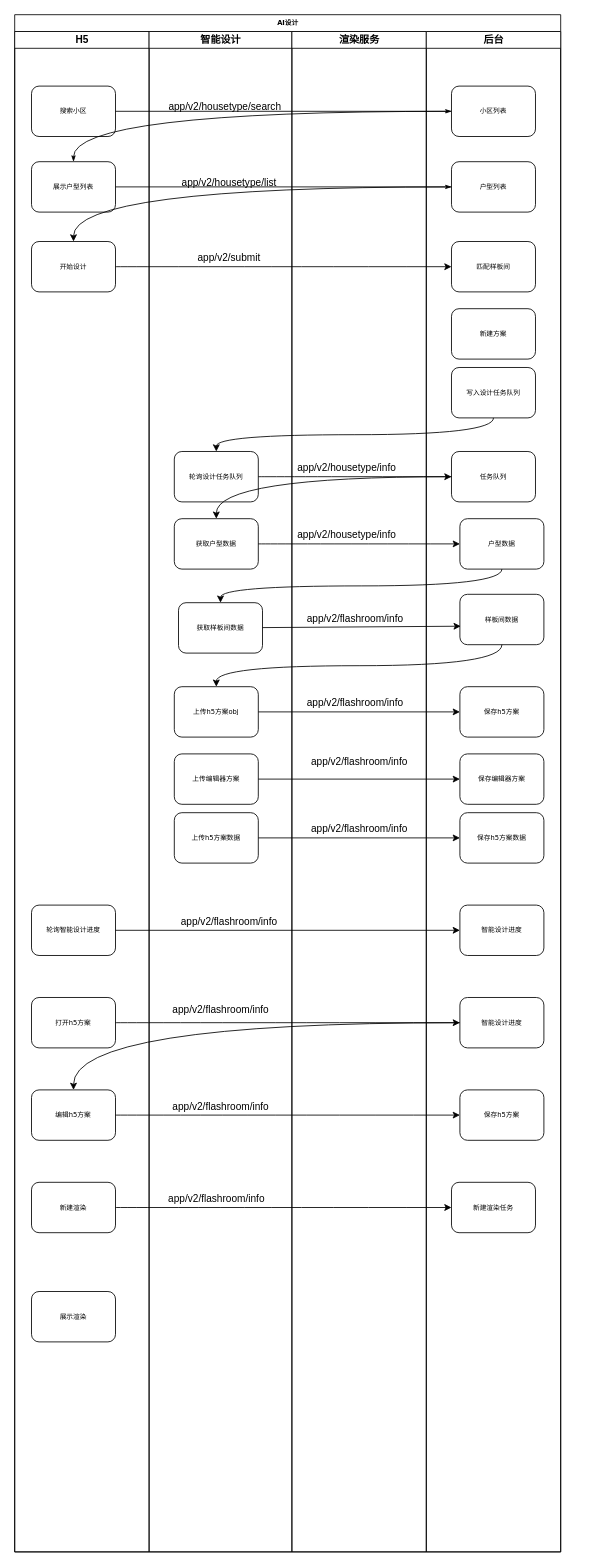
Above: 时序图.drawio in fanguandeng/fan (draw.io), before the change. Source tidied: cells renumbered, new cells numbered last; positions are measured from the earlier drawing's top-left corner, leaving out a move shared by most shapes. Both pictures are drawn from the tidied source at 84%, with x=0, y=0 at pixel (14, 14).
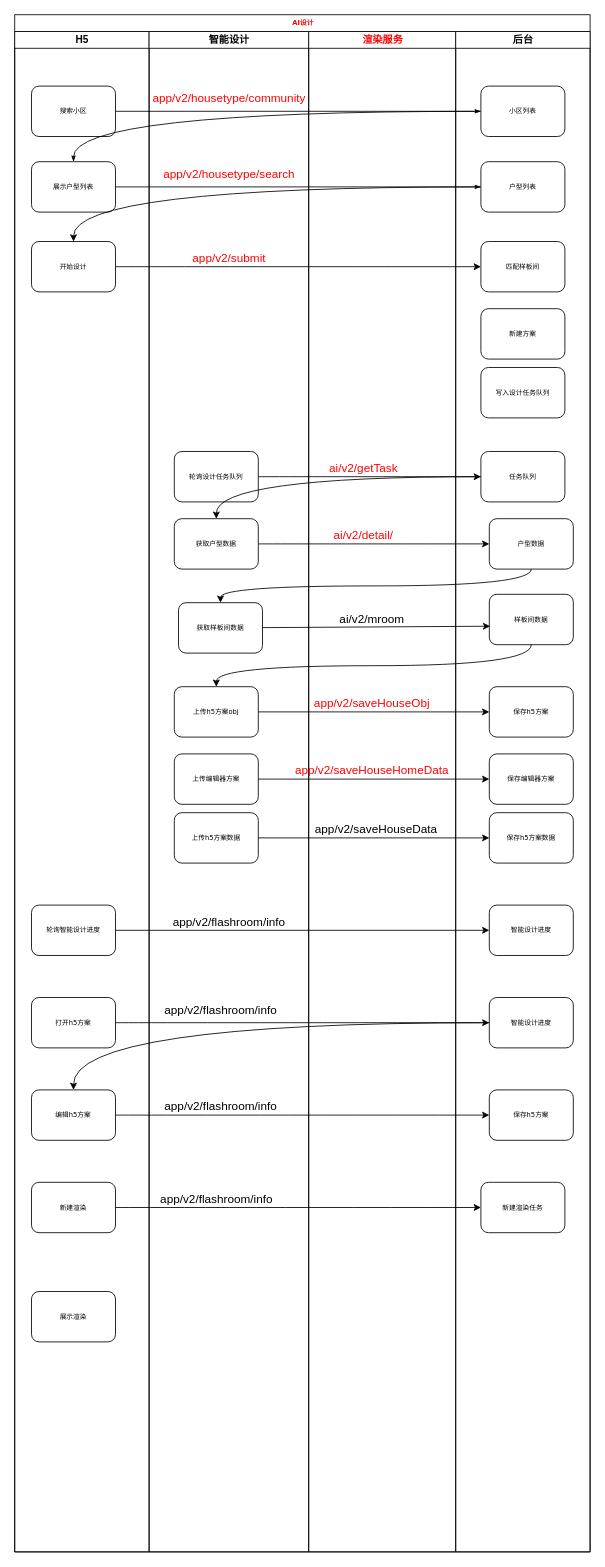
Above is the later version.

Commit message (it also covers changes not shown here):
更新时序图.drawio

The change refers to these unchanged cells:
```xml
<mxCell id="18" value="轮询设计任务队列" style="rounded=1;whiteSpace=wrap;html=1;shadow=0;labelBackgroundColor=none;strokeWidth=1;fontFamily=Verdana;fontSize=8;align=center;" parent="15" vertex="1">
  <mxGeometry x="30" y="500" width="100" height="60" as="geometry" />
</mxCell>
<mxCell id="41" value="写入设计任务队列" style="rounded=1;whiteSpace=wrap;html=1;shadow=0;labelBackgroundColor=none;strokeWidth=1;fontFamily=Verdana;fontSize=8;align=center;" parent="36" vertex="1">
  <mxGeometry x="30" y="400" width="100" height="60" as="geometry" />
</mxCell>
```

The edit, as a diff of the source:
```diff
@@
-    <mxCell id="2" value="AI设计" style="swimlane;html=1;startSize=20;rounded=0;shadow=0;labelBackgroundColor=none;strokeWidth=1;fontFamily=Verdana;fontSize=8;align=center;" parent="1" vertex="1">
-      <mxGeometry width="650" height="1830" as="geometry" />
+    <mxCell id="2" value="AI设计" style="swimlane;html=1;startSize=20;rounded=0;shadow=0;labelBackgroundColor=none;strokeWidth=1;fontFamily=Verdana;fontSize=8;align=center;fontColor=#FF0000;" parent="1" vertex="1">
+      <mxGeometry width="685" height="1830" as="geometry" />
     </mxCell>
@@
     <mxCell id="15" value="智能设计" style="swimlane;html=1;startSize=20;" parent="2" vertex="1">
-      <mxGeometry x="160" y="20" width="170" height="1810" as="geometry" />
+      <mxGeometry x="160" y="20" width="190" height="1810" as="geometry" />
     </mxCell>
-    <mxCell id="16" value="app/v2/housetype/search" style="text;html=1;align=center;verticalAlign=middle;strokeColor=none;fillColor=none;" parent="15" vertex="1">
-      <mxGeometry x="15" y="80" width="150" height="20" as="geometry" />
+    <mxCell id="16" value="app/v2/housetype/community" style="text;html=1;align=center;verticalAlign=middle;strokeColor=none;fillColor=none;fontColor=#FF0000;fontSize=14;" parent="15" vertex="1">
+      <mxGeometry x="-5" y="70" width="200" height="20" as="geometry" />
     </mxCell>
-    <mxCell id="17" value="app/v2/housetype/list&lt;br&gt;" style="text;html=1;align=center;verticalAlign=middle;strokeColor=none;fillColor=none;" parent="15" vertex="1">
-      <mxGeometry x="30" y="170" width="130" height="20" as="geometry" />
+    <mxCell id="17" value="app/v2/housetype/search" style="text;html=1;align=center;verticalAlign=middle;strokeColor=none;fillColor=none;fontColor=#FF0000;fontSize=14;" parent="15" vertex="1">
+      <mxGeometry x="10" y="160" width="170" height="20" as="geometry" />
     </mxCell>
@@
-    <mxCell id="19" value="app/v2/submit" style="text;html=1;align=center;verticalAlign=middle;strokeColor=none;fillColor=none;" parent="15" vertex="1">
-      <mxGeometry x="50" y="260" width="90" height="20" as="geometry" />
+    <mxCell id="19" value="app/v2/submit" style="text;html=1;align=center;verticalAlign=middle;strokeColor=none;fillColor=none;fontSize=14;fontColor=#FF0000;" parent="15" vertex="1">
+      <mxGeometry x="45" y="260" width="100" height="20" as="geometry" />
     </mxCell>
@@
-    <mxCell id="25" value="app/v2/flashroom/info" style="text;html=1;align=center;verticalAlign=middle;strokeColor=none;fillColor=none;" parent="15" vertex="1">
-      <mxGeometry x="30" y="1050" width="130" height="20" as="geometry" />
+    <mxCell id="25" value="app/v2/flashroom/info" style="text;html=1;align=center;verticalAlign=middle;strokeColor=none;fillColor=none;fontSize=14;" parent="15" vertex="1">
+      <mxGeometry x="20" y="1050" width="150" height="20" as="geometry" />
     </mxCell>
-    <mxCell id="26" value="app/v2/flashroom/info" style="text;html=1;align=center;verticalAlign=middle;strokeColor=none;fillColor=none;" parent="15" vertex="1">
-      <mxGeometry x="20" y="1270" width="130" height="20" as="geometry" />
+    <mxCell id="26" value="app/v2/flashroom/info" style="text;html=1;align=center;verticalAlign=middle;strokeColor=none;fillColor=none;fontSize=14;" parent="15" vertex="1">
+      <mxGeometry x="10" y="1270" width="150" height="20" as="geometry" />
     </mxCell>
-    <mxCell id="27" value="app/v2/flashroom/info" style="text;html=1;align=center;verticalAlign=middle;strokeColor=none;fillColor=none;" parent="15" vertex="1">
-      <mxGeometry x="20" y="1155" width="130" height="20" as="geometry" />
+    <mxCell id="27" value="app/v2/flashroom/info" style="text;html=1;align=center;verticalAlign=middle;strokeColor=none;fillColor=none;fontSize=14;" parent="15" vertex="1">
+      <mxGeometry x="10" y="1155" width="150" height="20" as="geometry" />
     </mxCell>
-    <mxCell id="28" value="app/v2/flashroom/info" style="text;html=1;align=center;verticalAlign=middle;strokeColor=none;fillColor=none;" parent="15" vertex="1">
-      <mxGeometry x="15" y="1380" width="130" height="20" as="geometry" />
+    <mxCell id="28" value="app/v2/flashroom/info" style="text;html=1;align=center;verticalAlign=middle;strokeColor=none;fillColor=none;fontSize=14;" parent="15" vertex="1">
+      <mxGeometry x="5" y="1380" width="150" height="20" as="geometry" />
     </mxCell>
-    <mxCell id="29" value="渲染服务" style="swimlane;html=1;startSize=20;" parent="2" vertex="1">
-      <mxGeometry x="330" y="20" width="160" height="1810" as="geometry" />
+    <mxCell id="29" value="渲染服务" style="swimlane;html=1;startSize=20;fontColor=#FF0000;" parent="2" vertex="1">
+      <mxGeometry x="350" y="20" width="175" height="1810" as="geometry" />
     </mxCell>
-    <mxCell id="30" value="app/v2/housetype/info" style="text;html=1;align=center;verticalAlign=middle;strokeColor=none;fillColor=none;" parent="29" vertex="1">
-      <mxGeometry y="590" width="130" height="20" as="geometry" />
+    <mxCell id="30" value="ai/v2/detail/" style="text;html=1;align=center;verticalAlign=middle;strokeColor=none;fillColor=none;fontSize=14;fontColor=#FF0000;" parent="29" vertex="1">
+      <mxGeometry x="20" y="590" width="90" height="20" as="geometry" />
     </mxCell>
-    <mxCell id="31" value="app/v2/flashroom/info" style="text;html=1;align=center;verticalAlign=middle;strokeColor=none;fillColor=none;" parent="29" vertex="1">
-      <mxGeometry x="10" y="690" width="130" height="20" as="geometry" />
+    <mxCell id="31" value="ai/v2/mroom" style="text;html=1;align=center;verticalAlign=middle;strokeColor=none;fillColor=none;fontSize=14;" parent="29" vertex="1">
+      <mxGeometry x="30" y="690" width="90" height="20" as="geometry" />
     </mxCell>
-    <mxCell id="32" value="app/v2/flashroom/info" style="text;html=1;align=center;verticalAlign=middle;strokeColor=none;fillColor=none;" parent="29" vertex="1">
-      <mxGeometry x="10" y="790" width="130" height="20" as="geometry" />
+    <mxCell id="32" value="app/v2/saveHouseObj" style="text;html=1;align=center;verticalAlign=middle;strokeColor=none;fillColor=none;fontSize=14;fontColor=#FF0000;" parent="29" vertex="1">
+      <mxGeometry y="790" width="150" height="20" as="geometry" />
     </mxCell>
-    <mxCell id="33" value="app/v2/flashroom/info" style="text;html=1;align=center;verticalAlign=middle;strokeColor=none;fillColor=none;" parent="29" vertex="1">
-      <mxGeometry x="15" y="860" width="130" height="20" as="geometry" />
+    <mxCell id="33" value="app/v2/saveHouseHomeData" style="text;html=1;align=center;verticalAlign=middle;strokeColor=none;fillColor=none;fontSize=14;fontColor=#FF0000;" parent="29" vertex="1">
+      <mxGeometry x="-25" y="870" width="200" height="20" as="geometry" />
     </mxCell>
-    <mxCell id="34" value="app/v2/flashroom/info" style="text;html=1;align=center;verticalAlign=middle;strokeColor=none;fillColor=none;" parent="29" vertex="1">
-      <mxGeometry x="15" y="940" width="130" height="20" as="geometry" />
+    <mxCell id="34" value="app/v2/saveHouseData" style="text;html=1;align=center;verticalAlign=middle;strokeColor=none;fillColor=none;fontSize=14;" parent="29" vertex="1">
+      <mxGeometry y="940" width="160" height="20" as="geometry" />
     </mxCell>
-    <mxCell id="35" value="app/v2/housetype/info" style="text;html=1;align=center;verticalAlign=middle;strokeColor=none;fillColor=none;" parent="29" vertex="1">
-      <mxGeometry y="510" width="130" height="20" as="geometry" />
+    <mxCell id="35" value="ai/v2/getTask" style="text;html=1;align=center;verticalAlign=middle;strokeColor=none;fillColor=none;fontSize=14;fontColor=#FF0000;" parent="29" vertex="1">
+      <mxGeometry x="15" y="510" width="100" height="20" as="geometry" />
     </mxCell>
     <mxCell id="36" value="后台" style="swimlane;html=1;startSize=20;" parent="2" vertex="1">
-      <mxGeometry x="490" y="20" width="160" height="1810" as="geometry" />
+      <mxGeometry x="525" y="20" width="160" height="1810" as="geometry" />
     </mxCell>
@@
-    <mxCell id="54" style="edgeStyle=orthogonalEdgeStyle;curved=1;rounded=0;jettySize=auto;html=1;entryX=0.5;entryY=0;entryDx=0;entryDy=0;exitX=0.5;exitY=1;exitDx=0;exitDy=0;" parent="2" edge="1" source="41" target="18">
-      <mxGeometry relative="1" as="geometry" />
-    </mxCell>
```
